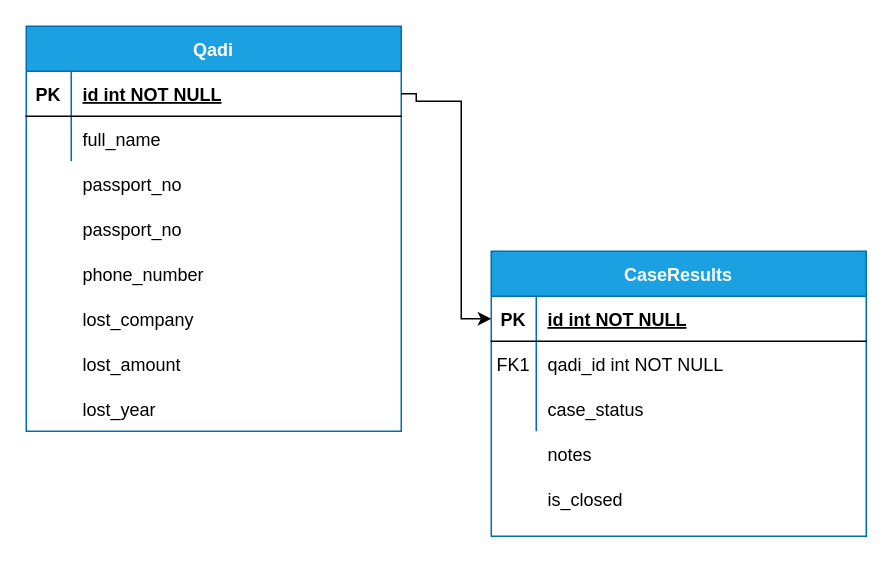
Earlier version of the draw.io diagram law ERD.drawio (yassein47/Al-Riyada-360). Source tidied: cells renumbered, new cells numbered last; positions are measured from the earlier drawing's top-left corner, leaving out a move shared by most shapes. Both pictures are drawn from the tidied source at 150%, with x=0, y=0 at pixel (26, 26).
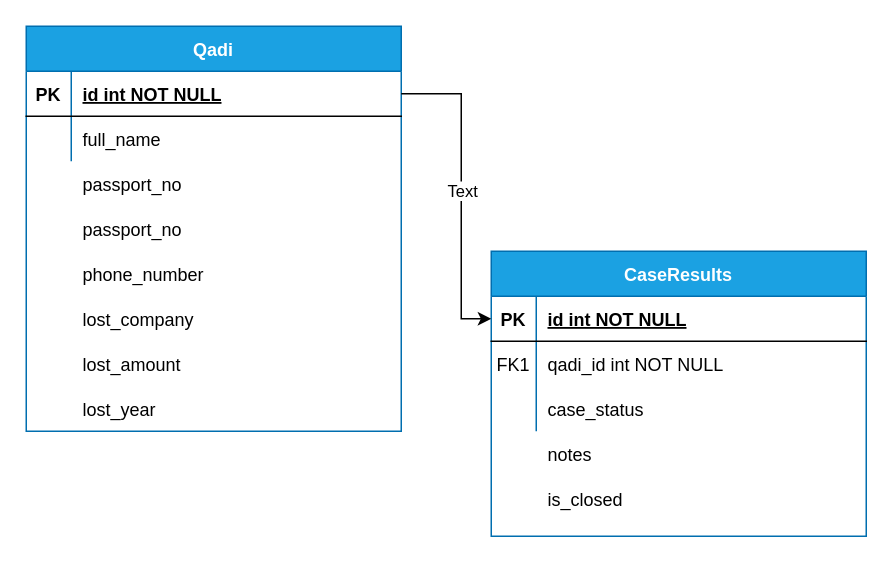
Above is the later version.

The change refers to these unchanged cells:
```xml
<mxCell id="3" style="shape=partialRectangle;fillColor=none;points=[[0,0.5],[1,0.5]];portConstraint=eastwest;top=0;left=0;right=0;bottom=1;" parent="2" vertex="1">
  <mxGeometry y="30" width="250" height="30" as="geometry" />
</mxCell>
<mxCell id="13" style="shape=partialRectangle;fillColor=none;points=[[0,0.5],[1,0.5]];portConstraint=eastwest;top=0;left=0;right=0;bottom=1;" parent="12" vertex="1">
  <mxGeometry y="30" width="250" height="30" as="geometry" />
</mxCell>
```

The edit, as a diff of the source:
```diff
@@
     <mxCell id="19" style="edgeStyle=orthogonalEdgeStyle;rounded=0;jettySize=auto;html=1;exitX=1;exitY=0.5;exitDx=0;exitDy=0;entryX=0;entryY=0.5;entryDx=0;entryDy=0;" parent="1" edge="1" source="13" target="3">
       <mxGeometry relative="1" as="geometry">
         <Array as="points">
-          <mxPoint x="260" y="45" />
-          <mxPoint x="260" y="50" />
-          <mxPoint x="290" y="50" />
+          <mxPoint x="290" y="45" />
           <mxPoint x="290" y="195" />
         </Array>
       </mxGeometry>
     </mxCell>
+    <mxCell id="38" value="Text" style="edgeLabel;html=1;align=center;verticalAlign=middle;" parent="19" vertex="1">
+      <mxGeometry x="-0.01" relative="1" as="geometry" />
+    </mxCell>
```
